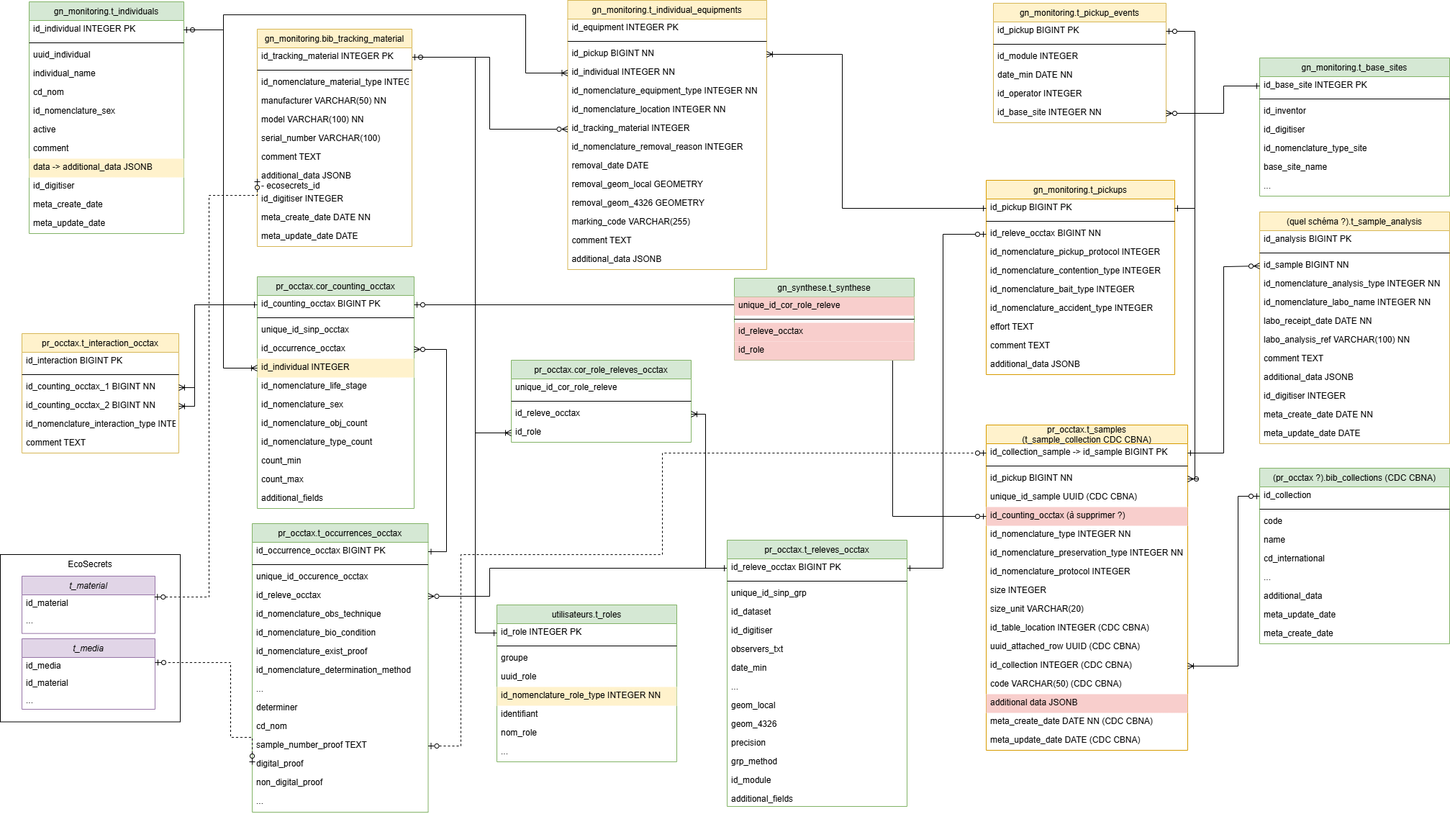
Before: cahier-des-charges/images/mcd.png, a diagram exported from draw.io (PnVanoise/gestion-individus). Source tidied: cells renumbered, new cells last; positions are measured from the earlier drawing's top-left corner, leaving out a move shared by most shapes.
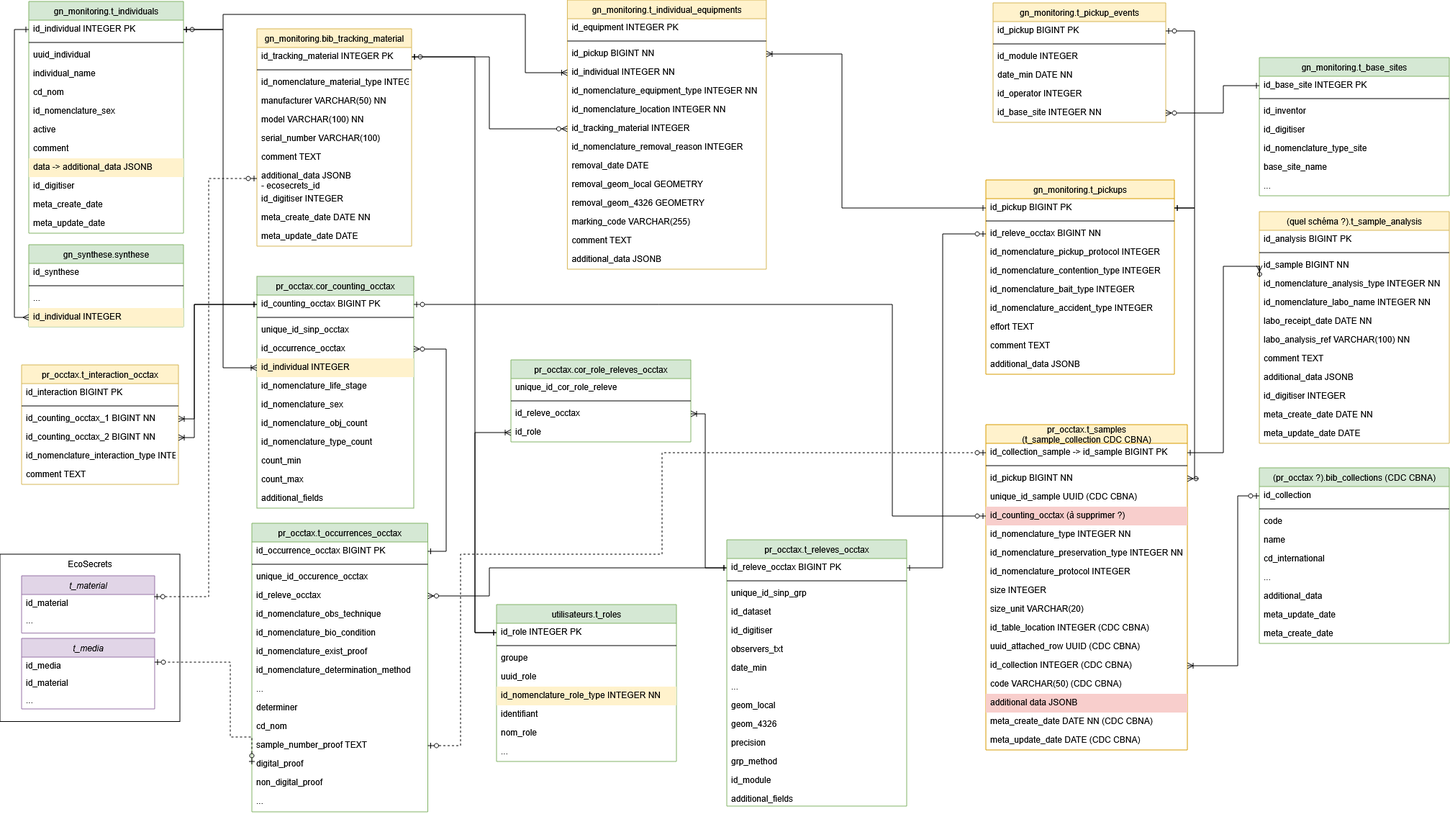
After the change.

What changed in the source:
```diff
@@ -640,13 +640,13 @@
     <mxCell id="184" style="edgeStyle=orthogonalEdgeStyle;rounded=0;jettySize=auto;html=1;dashed=1;endArrow=ERzeroToOne;endFill=0;startArrow=ERzeroToOne;startFill=0;exitX=0;exitY=0.5;exitDx=0;exitDy=0;entryX=0.996;entryY=0.125;entryDx=0;entryDy=0;entryPerimeter=0;" parent="1" edge="1" source="180" target="122">
       <mxGeometry relative="1" as="geometry">
         <Array as="points">
-          <mxPoint x="290" y="271" />
+          <mxPoint x="290" y="248" />
           <mxPoint x="290" y="829" />
         </Array>
       </mxGeometry>
     </mxCell>
     <mxCell id="185" value="pr_occtax.t_interaction_occtax" style="swimlane;fontStyle=0;horizontal=1;startSize=26;fillColor=#fff2cc;swimlaneFillColor=default;align=center;strokeColor=#d6b656;" parent="1" vertex="1">
-      <mxGeometry x="30" y="463" width="218" height="166" as="geometry" />
+      <mxGeometry x="30" y="507" width="218" height="166" as="geometry" />
     </mxCell>
     <mxCell id="186" value="id_interaction BIGINT PK" style="shape=partialRectangle;top=0;left=0;right=0;bottom=0;align=left;verticalAlign=top;spacingTop=-2;fillColor=none;spacingLeft=4;spacingRight=4;overflow=hidden;fontStyle=0;textShadow=0;" parent="185" vertex="1">
       <mxGeometry y="26" width="218" height="26" as="geometry" />
@@ -669,7 +669,7 @@
     <mxCell id="192" style="edgeStyle=orthogonalEdgeStyle;rounded=0;jettySize=auto;html=1;entryX=0;entryY=0.5;entryDx=0;entryDy=0;startArrow=ERoneToMany;startFill=0;endArrow=ERone;endFill=0;exitX=1;exitY=0.5;exitDx=0;exitDy=0;" parent="1" edge="1" source="188" target="3">
       <mxGeometry relative="1" as="geometry">
         <Array as="points">
-          <mxPoint x="270" y="538" />
+          <mxPoint x="270" y="582" />
           <mxPoint x="270" y="423" />
         </Array>
       </mxGeometry>
@@ -677,7 +677,7 @@
     <mxCell id="193" style="edgeStyle=orthogonalEdgeStyle;rounded=0;jettySize=auto;html=1;entryX=0;entryY=0.5;entryDx=0;entryDy=0;startArrow=ERoneToMany;startFill=0;endArrow=ERone;endFill=0;exitX=1;exitY=0.5;exitDx=0;exitDy=0;" parent="1" edge="1" source="189" target="3">
       <mxGeometry relative="1" as="geometry">
         <Array as="points">
-          <mxPoint x="270" y="564" />
+          <mxPoint x="270" y="608" />
           <mxPoint x="270" y="423" />
         </Array>
       </mxGeometry>
@@ -717,20 +717,23 @@
         </Array>
       </mxGeometry>
     </mxCell>
-    <mxCell id="204" value="gn_synthese.t_synthese" style="swimlane;fontStyle=0;horizontal=1;startSize=26;fillColor=#d5e8d4;swimlaneFillColor=default;align=center;strokeColor=#82b366;" parent="1" vertex="1">
-      <mxGeometry x="1020" y="386" width="250" height="114" as="geometry" />
+    <mxCell id="204" value="gn_synthese.synthese" style="swimlane;fontStyle=0;horizontal=1;startSize=26;fillColor=#d5e8d4;swimlaneFillColor=default;align=center;strokeColor=#82b366;" parent="1" vertex="1">
+      <mxGeometry x="40" y="340" width="215" height="114" as="geometry" />
     </mxCell>
-    <mxCell id="205" value="unique_id_cor_role_releve" style="shape=partialRectangle;top=0;left=0;right=0;bottom=0;align=left;verticalAlign=top;spacingTop=-2;fillColor=#f8cecc;spacingLeft=4;spacingRight=4;overflow=hidden;fontStyle=0;strokeColor=#b85450;" parent="204" vertex="1">
-      <mxGeometry y="26" width="250" height="26" as="geometry" />
-    </mxCell>
+    <mxCell id="209" value="id_synthese" style="shape=partialRectangle;top=0;left=0;right=0;bottom=0;align=left;verticalAlign=top;spacingTop=-2;fillColor=none;spacingLeft=4;spacingRight=4;overflow=hidden;fontStyle=0;textShadow=0;" parent="204" vertex="1">
+      <mxGeometry y="26" width="215" height="26" as="geometry" />
+    </mxCell>
     <mxCell id="206" style="line;strokeWidth=1;html=1;" parent="204" vertex="1">
-      <mxGeometry y="52" width="250" height="10" as="geometry" />
+      <mxGeometry y="52" width="215" height="10" as="geometry" />
     </mxCell>
-    <mxCell id="207" value="id_releve_occtax" style="shape=partialRectangle;top=0;left=0;right=0;bottom=0;align=left;verticalAlign=top;spacingTop=-2;fillColor=#f8cecc;spacingLeft=4;spacingRight=4;overflow=hidden;fontStyle=0;textShadow=0;strokeColor=#b85450;" parent="204" vertex="1">
-      <mxGeometry y="62" width="250" height="26" as="geometry" />
-    </mxCell>
-    <mxCell id="208" value="id_role" style="shape=partialRectangle;top=0;left=0;right=0;bottom=0;align=left;verticalAlign=top;spacingTop=-2;fillColor=#f8cecc;spacingLeft=4;spacingRight=4;overflow=hidden;strokeColor=#b85450;" parent="204" vertex="1">
-      <mxGeometry y="88" width="250" height="26" as="geometry" />
-    </mxCell>
+    <mxCell id="210" value="..." style="shape=partialRectangle;top=0;left=0;right=0;bottom=0;align=left;verticalAlign=top;spacingTop=-2;fillColor=none;spacingLeft=4;spacingRight=4;overflow=hidden;fontStyle=0;textShadow=0;" parent="204" vertex="1">
+      <mxGeometry y="62" width="215" height="26" as="geometry" />
+    </mxCell>
+    <mxCell id="211" value="id_individual INTEGER" style="shape=partialRectangle;top=0;left=0;right=0;bottom=0;align=left;verticalAlign=top;spacingTop=-2;fillColor=#fff2cc;spacingLeft=4;spacingRight=4;overflow=hidden;points=[[0,0.5],[1,0.5]];portConstraint=eastwest;fontStyle=0;textShadow=0;strokeColor=#d6b656;" parent="204" vertex="1">
+      <mxGeometry y="88" width="215" height="26" as="geometry" />
+    </mxCell>
+    <mxCell id="212" style="edgeStyle=orthogonalEdgeStyle;rounded=0;jettySize=auto;html=1;exitX=0;exitY=0.5;exitDx=0;exitDy=0;entryX=0;entryY=0.5;entryDx=0;entryDy=0;endArrow=ERone;endFill=0;startArrow=ERmany;startFill=0;" parent="1" edge="1" source="211" target="21">
+      <mxGeometry relative="1" as="geometry" />
+    </mxCell>
   </root>
 </mxGraphModel>
```
